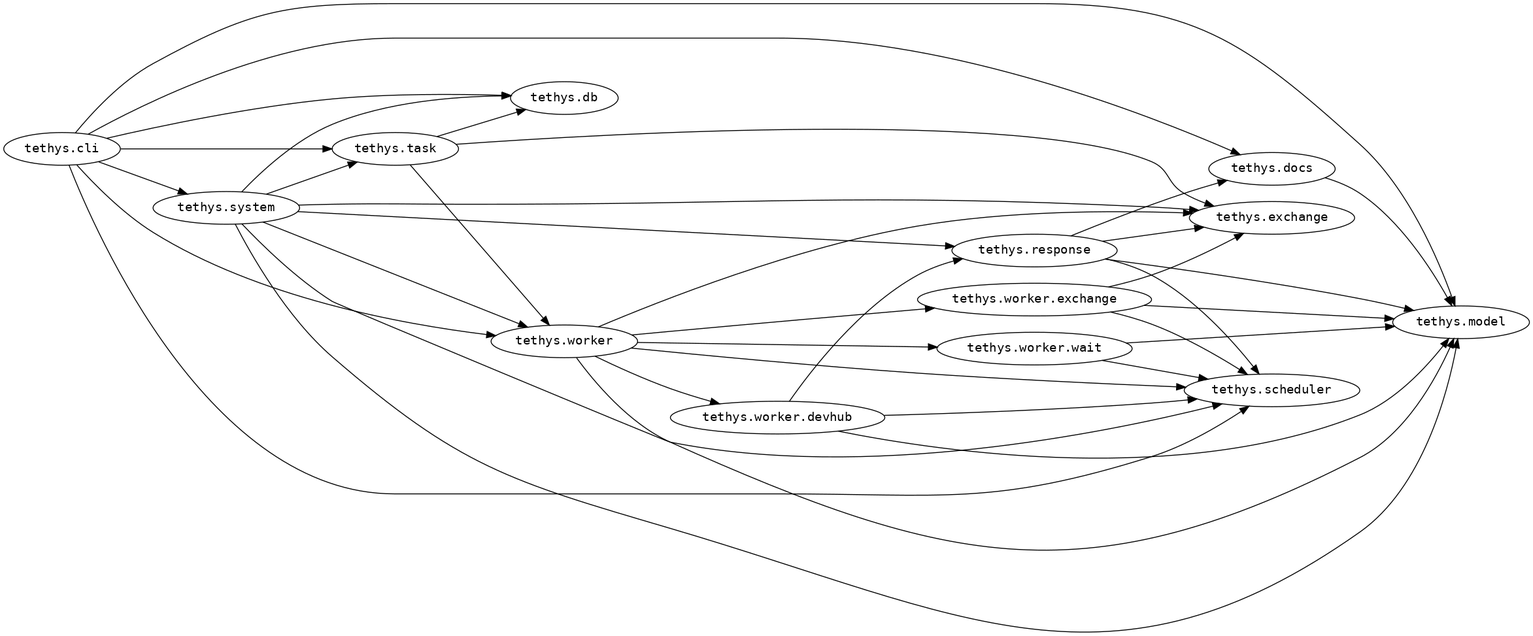
Before: namespaces.png, a diagram exported from Graphviz (wactbprot/tethys). Its source is kept beside it as namespaces.dot.
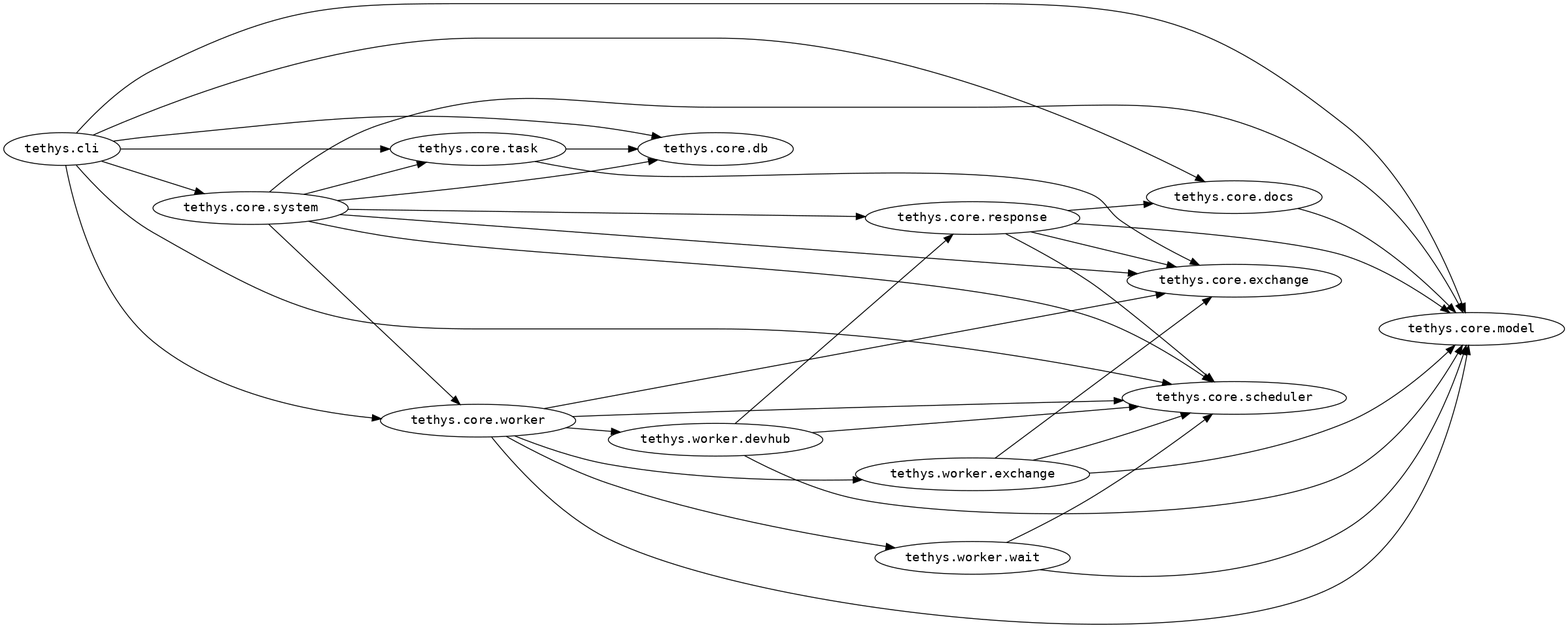
After the change.

Change to the diagram source:
```diff
@@ -3,53 +3,52 @@
 node[fontname="Monospace"]
 edge[fontname="Monospace"]
 
-node1570[label="tethys.docs", style=solid]
-node1571[label="tethys.system", style=solid]
-node1572[label="tethys.response", style=solid]
-node1573[label="tethys.cli", style=solid]
-node1574[label="tethys.task", style=solid]
-node1575[label="tethys.worker.wait", style=solid]
-node1576[label="tethys.worker.exchange", style=solid]
-node1577[label="tethys.exchange", style=solid]
-node1578[label="tethys.worker.devhub", style=solid]
-node1579[label="tethys.db", style=solid]
-node1580[label="tethys.model", style=solid]
-node1581[label="tethys.scheduler", style=solid]
-node1582[label="tethys.worker", style=solid]
-node1570 -> node1580[label=""]
-node1571 -> node1572[label=""]
-node1571 -> node1574[label=""]
-node1571 -> node1577[label=""]
-node1571 -> node1579[label=""]
-node1571 -> node1580[label=""]
-node1571 -> node1581[label=""]
-node1571 -> node1582[label=""]
-node1572 -> node1570[label=""]
-node1572 -> node1577[label=""]
-node1572 -> node1580[label=""]
-node1572 -> node1581[label=""]
-node1573 -> node1570[label=""]
+node1570[label="tethys.core.db", style=solid]
+node1571[label="tethys.core.scheduler", style=solid]
+node1572[label="tethys.core.exchange", style=solid]
+node1573[label="tethys.core.worker", style=solid]
+node1574[label="tethys.cli", style=solid]
+node1575[label="tethys.core.model", style=solid]
+node1576[label="tethys.worker.wait", style=solid]
+node1577[label="tethys.core.task", style=solid]
+node1578[label="tethys.worker.exchange", style=solid]
+node1579[label="tethys.core.response", style=solid]
+node1580[label="tethys.core.docs", style=solid]
+node1581[label="tethys.worker.devhub", style=solid]
+node1582[label="tethys.core.system", style=solid]
 node1573 -> node1571[label=""]
-node1573 -> node1574[label=""]
-node1573 -> node1579[label=""]
-node1573 -> node1580[label=""]
+node1573 -> node1572[label=""]
+node1573 -> node1575[label=""]
+node1573 -> node1576[label=""]
+node1573 -> node1578[label=""]
 node1573 -> node1581[label=""]
-node1573 -> node1582[label=""]
+node1574 -> node1570[label=""]
+node1574 -> node1571[label=""]
+node1574 -> node1573[label=""]
+node1574 -> node1575[label=""]
 node1574 -> node1577[label=""]
-node1574 -> node1579[label=""]
+node1574 -> node1580[label=""]
 node1574 -> node1582[label=""]
-node1575 -> node1580[label=""]
-node1575 -> node1581[label=""]
-node1576 -> node1577[label=""]
-node1576 -> node1580[label=""]
-node1576 -> node1581[label=""]
+node1576 -> node1571[label=""]
+node1576 -> node1575[label=""]
+node1577 -> node1570[label=""]
+node1577 -> node1572[label=""]
+node1578 -> node1571[label=""]
 node1578 -> node1572[label=""]
-node1578 -> node1580[label=""]
-node1578 -> node1581[label=""]
+node1578 -> node1575[label=""]
+node1579 -> node1571[label=""]
+node1579 -> node1572[label=""]
+node1579 -> node1575[label=""]
+node1579 -> node1580[label=""]
+node1580 -> node1575[label=""]
+node1581 -> node1571[label=""]
+node1581 -> node1575[label=""]
+node1581 -> node1579[label=""]
+node1582 -> node1570[label=""]
+node1582 -> node1571[label=""]
+node1582 -> node1572[label=""]
+node1582 -> node1573[label=""]
 node1582 -> node1575[label=""]
-node1582 -> node1576[label=""]
 node1582 -> node1577[label=""]
-node1582 -> node1578[label=""]
-node1582 -> node1580[label=""]
-node1582 -> node1581[label=""]
+node1582 -> node1579[label=""]
 }
```
